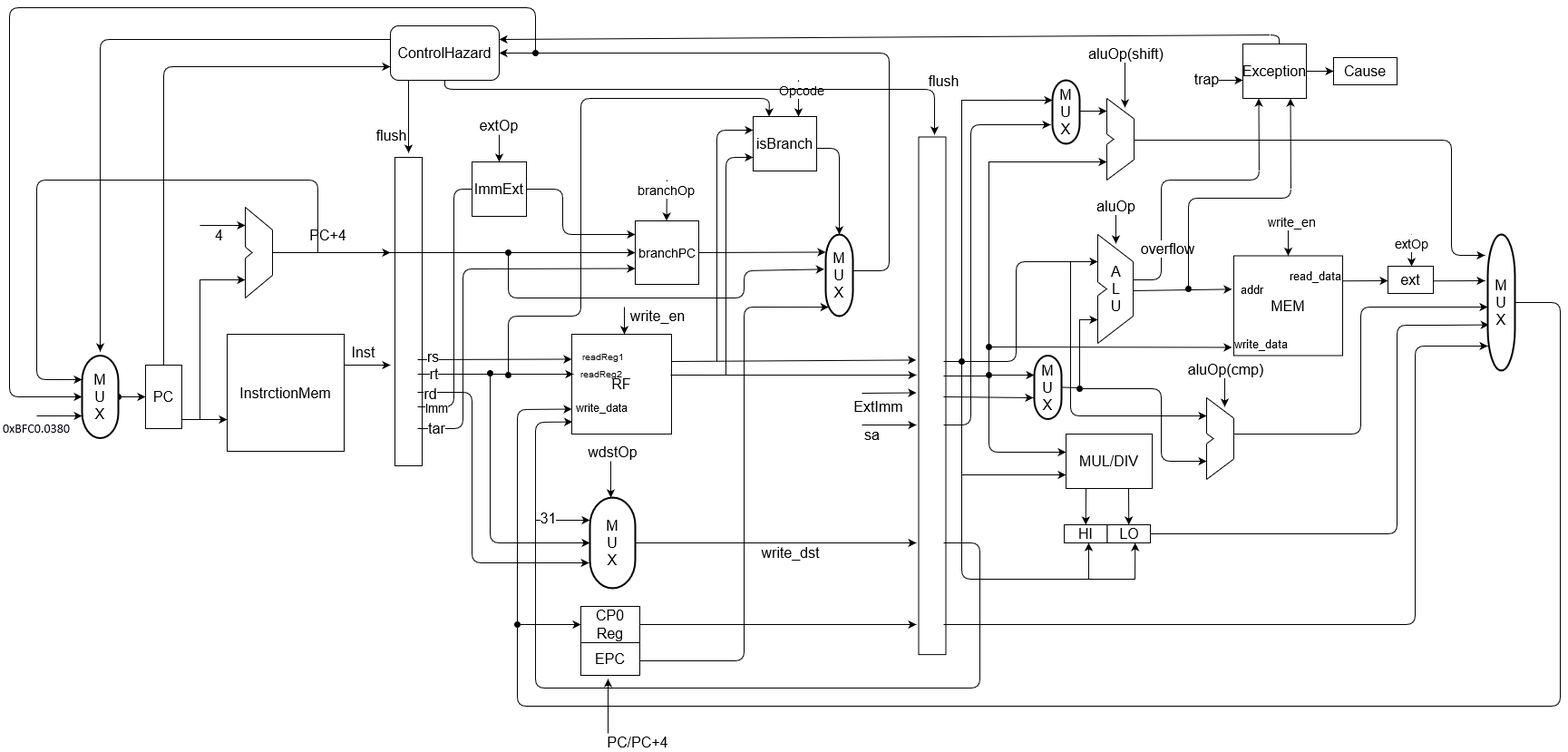
Anlarry/coaa keeps this draw.io diagram as Phase2/3-stages-pipeline.png. Above is the earlier version. Source tidied: cells renumbered, new cells last; positions are measured from the earlier drawing's top-left corner, leaving out a move shared by most shapes.
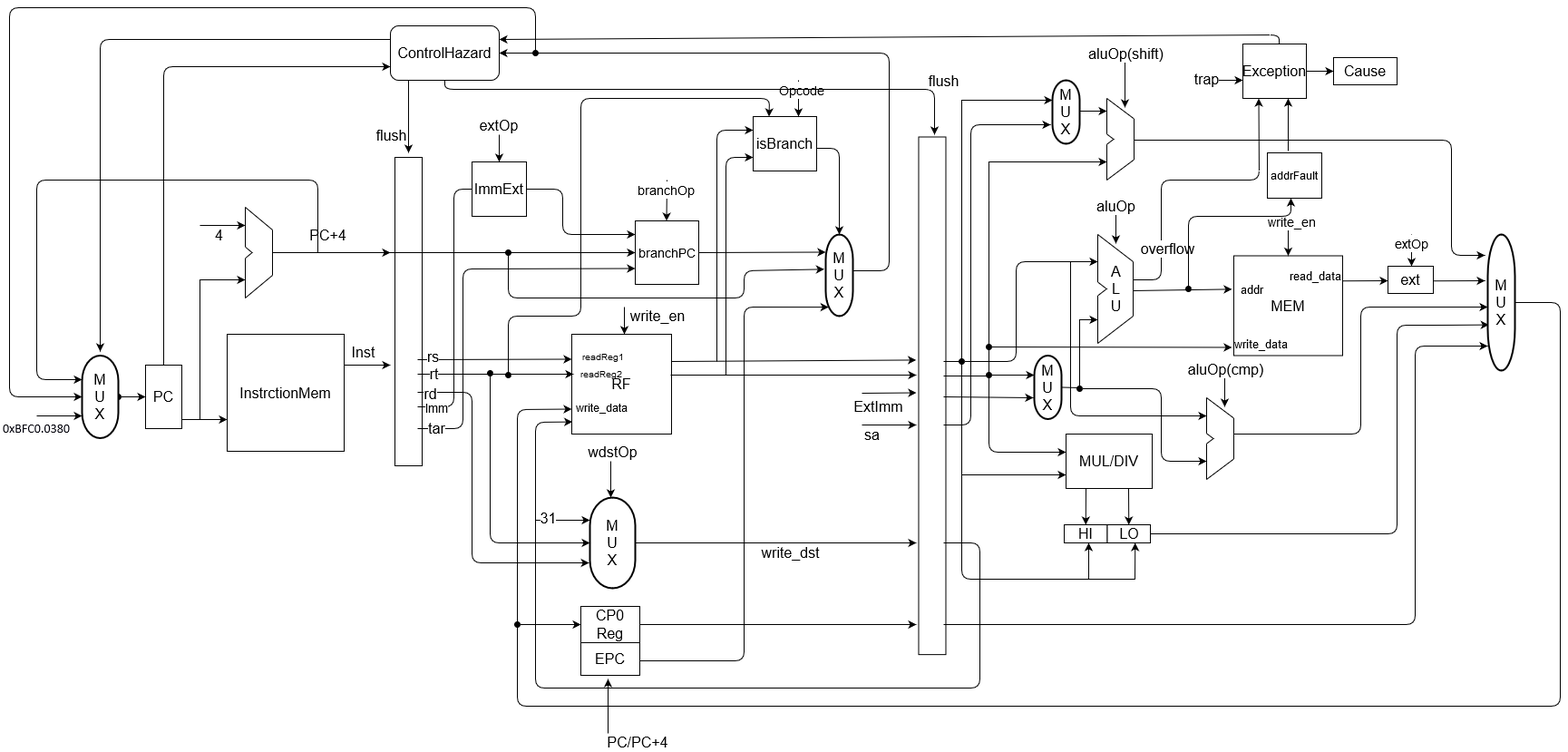
The same diagram one commit later.

The edit, as a diff of the source:
```diff
@@ -930,12 +930,13 @@
     <mxCell id="166" value="overflow" style="edgeLabel;html=1;align=center;verticalAlign=middle;fontSize=16;" parent="165" vertex="1">
       <mxGeometry x="-0.61" y="-6" relative="1" as="geometry" />
     </mxCell>
-    <mxCell id="167" style="endArrow=classic;html=1;shadow=0;fontSize=16;entryX=0.75;entryY=1;entryDx=0;entryDy=0;startArrow=oval;startFill=1;" parent="1" edge="1" target="164">
+    <mxCell id="167" style="endArrow=classic;html=1;shadow=0;fontSize=16;startArrow=oval;startFill=1;" parent="1" edge="1">
       <mxGeometry relative="1" as="geometry">
         <mxPoint x="1310" y="310" as="sourcePoint" />
+        <mxPoint x="1423" y="210" as="targetPoint" />
         <Array as="points">
-          <mxPoint x="1310" y="210" />
-          <mxPoint x="1423" y="210" />
+          <mxPoint x="1310" y="230" />
+          <mxPoint x="1423" y="230" />
         </Array>
       </mxGeometry>
     </mxCell>
@@ -998,5 +999,13 @@
         <mxPoint x="1470" y="70" as="targetPoint" />
       </mxGeometry>
     </mxCell>
+    <mxCell id="179" value="addrFault" style="rounded=0;whiteSpace=wrap;html=1;" parent="1" vertex="1">
+      <mxGeometry x="1397" y="160" width="60" height="50" as="geometry" />
+    </mxCell>
+    <mxCell id="180" style="endArrow=classic;html=1;exitX=0.383;exitY=-0.04;exitDx=0;exitDy=0;exitPerimeter=0;" parent="1" edge="1" source="179">
+      <mxGeometry relative="1" as="geometry">
+        <mxPoint x="1420" y="100" as="targetPoint" />
+      </mxGeometry>
+    </mxCell>
   </root>
 </mxGraphModel>
```
